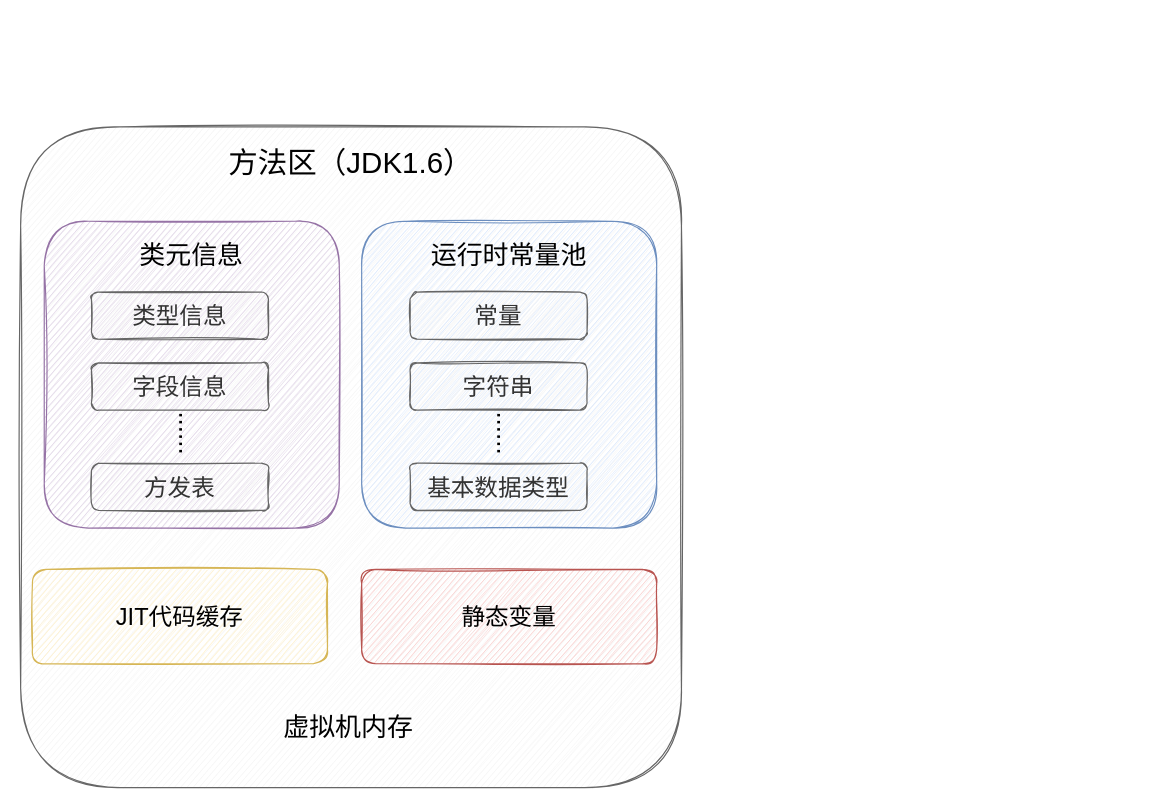
Above: docs/java/jvm/pictures/java内存区域/method-area-jdk1.6.drawio in Snailclimb/JavaGuide (draw.io), before the change. Source tidied: cells renumbered, new cells numbered last; positions are measured from the earlier drawing's top-left corner, leaving out a move shared by most shapes. Both pictures are drawn from the tidied source at 118%, with x=0, y=0 at pixel (20, 126).
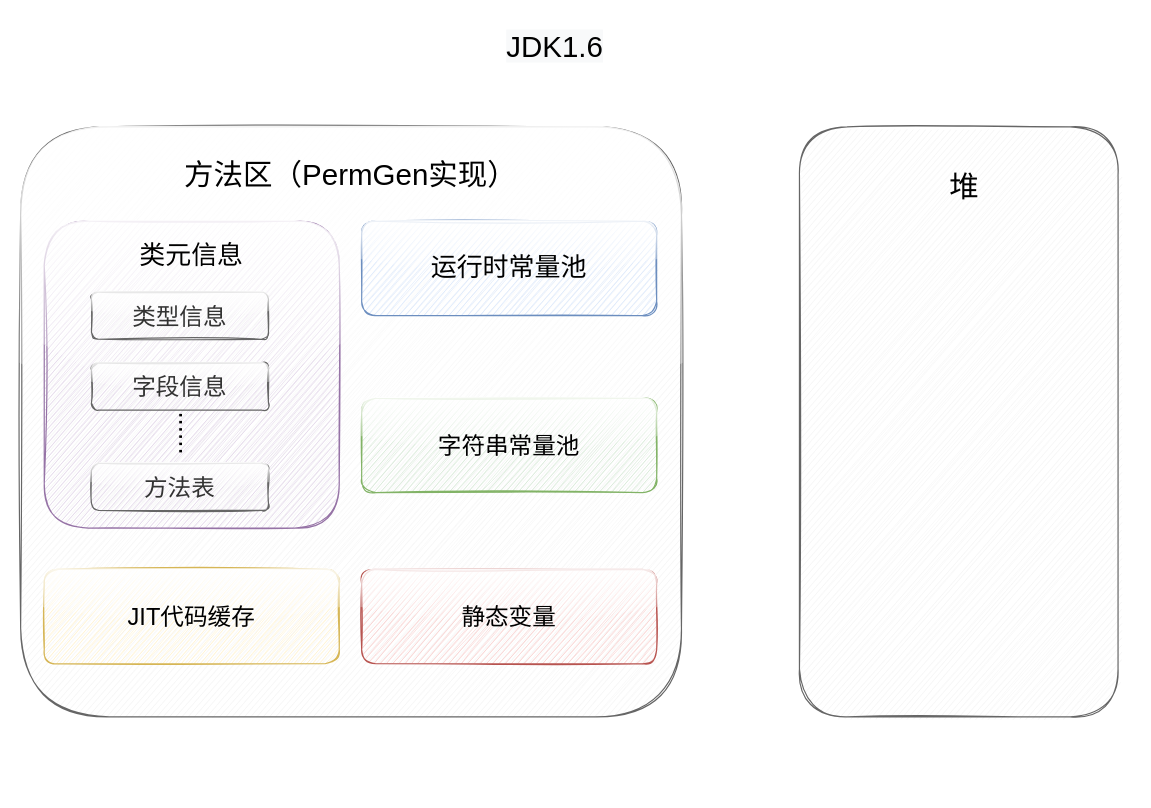
After the change.

Diff of the diagram source:
```diff
@@
 <mxGraphModel>
   <root>
     <mxCell id="0" />
     <mxCell id="1" parent="0" />
-    <mxCell id="2" style="rounded=1;whiteSpace=wrap;html=1;fillColor=#f5f5f5;strokeColor=#666666;sketch=1;fontSize=20;fontColor=#333333;" parent="1" vertex="1">
-      <mxGeometry width="560" height="560" as="geometry" />
+    <mxCell id="2" style="rounded=1;whiteSpace=wrap;html=1;fillColor=#f5f5f5;strokeColor=#666666;sketch=1;fontSize=20;fontColor=#333333;glass=1;shadow=0;" parent="1" vertex="1">
+      <mxGeometry width="560" height="500" as="geometry" />
     </mxCell>
-    <mxCell id="3" value="方法区（JDK1.6）" style="text;html=1;strokeColor=none;fillColor=none;align=center;verticalAlign=middle;whiteSpace=wrap;rounded=0;fontSize=25;" parent="1" vertex="1">
-      <mxGeometry x="140" y="20" width="280" height="20" as="geometry" />
+    <mxCell id="3" style="text;html=1;strokeColor=none;fillColor=none;align=center;verticalAlign=middle;whiteSpace=wrap;rounded=1;fontSize=25;sketch=1;glass=1;shadow=0;" parent="1" vertex="1">
+      <mxGeometry x="140" y="30" width="280" height="20" as="geometry" />
     </mxCell>
-    <mxCell id="4" style="rounded=1;whiteSpace=wrap;html=1;fillColor=#dae8fc;strokeColor=#6c8ebf;sketch=1;fontSize=20;" parent="1" vertex="1">
-      <mxGeometry x="289" y="80" width="250" height="260" as="geometry" />
+    <mxCell id="4" style="rounded=1;whiteSpace=wrap;html=1;fillColor=#dae8fc;strokeColor=#6c8ebf;sketch=1;fontSize=20;glass=1;shadow=0;" parent="1" vertex="1">
+      <mxGeometry x="289" y="80" width="250" height="80" as="geometry" />
     </mxCell>
-    <mxCell id="5" value="运行时常量池" style="text;html=1;strokeColor=none;fillColor=none;align=center;verticalAlign=middle;whiteSpace=wrap;rounded=0;fontSize=22;" parent="1" vertex="1">
-      <mxGeometry x="274" y="100" width="280" height="20" as="geometry" />
+    <mxCell id="5" value="运行时常量池" style="text;html=1;strokeColor=none;fillColor=none;align=center;verticalAlign=middle;whiteSpace=wrap;rounded=1;fontSize=22;sketch=1;glass=1;shadow=0;" parent="1" vertex="1">
+      <mxGeometry x="274" y="110" width="280" height="20" as="geometry" />
     </mxCell>
-    <mxCell id="6" value="静态变量" style="rounded=1;whiteSpace=wrap;html=1;fillColor=#f8cecc;strokeColor=#b85450;sketch=1;fontSize=20;" parent="1" vertex="1">
+    <mxCell id="6" value="静态变量" style="rounded=1;whiteSpace=wrap;html=1;fillColor=#f8cecc;strokeColor=#b85450;sketch=1;fontSize=20;glass=1;shadow=0;" parent="1" vertex="1">
       <mxGeometry x="289" y="375" width="250" height="80" as="geometry" />
     </mxCell>
-    <mxCell id="7" value="JIT代码缓存" style="rounded=1;whiteSpace=wrap;html=1;fillColor=#fff2cc;strokeColor=#d6b656;sketch=1;fontSize=20;" parent="1" vertex="1">
-      <mxGeometry x="10" y="375" width="250" height="80" as="geometry" />
+    <mxCell id="7" value="JIT代码缓存" style="rounded=1;whiteSpace=wrap;html=1;fillColor=#fff2cc;strokeColor=#d6b656;sketch=1;fontSize=20;glass=1;shadow=0;" parent="1" vertex="1">
+      <mxGeometry x="20" y="375" width="250" height="80" as="geometry" />
     </mxCell>
-    <mxCell id="8" style="rounded=1;whiteSpace=wrap;html=1;fillColor=#e1d5e7;strokeColor=#9673a6;sketch=1;fontSize=20;" parent="1" vertex="1">
+    <mxCell id="8" style="rounded=1;whiteSpace=wrap;html=1;fillColor=#e1d5e7;strokeColor=#9673a6;sketch=1;fontSize=20;glass=1;shadow=0;" parent="1" vertex="1">
       <mxGeometry x="20" y="80" width="250" height="260" as="geometry" />
     </mxCell>
-    <mxCell id="9" value="类元信息" style="text;html=1;strokeColor=none;fillColor=none;align=center;verticalAlign=middle;whiteSpace=wrap;rounded=0;fontSize=22;" parent="1" vertex="1">
+    <mxCell id="9" value="类元信息" style="text;html=1;strokeColor=none;fillColor=none;align=center;verticalAlign=middle;whiteSpace=wrap;rounded=1;fontSize=22;sketch=1;glass=1;shadow=0;" parent="1" vertex="1">
       <mxGeometry x="5" y="100" width="280" height="20" as="geometry" />
     </mxCell>
-    <mxCell id="10" value="类型信息" style="rounded=1;whiteSpace=wrap;html=1;fillColor=#f5f5f5;strokeColor=#666666;sketch=1;fontSize=20;fontColor=#333333;" parent="1" vertex="1">
+    <mxCell id="10" value="类型信息" style="rounded=1;whiteSpace=wrap;html=1;fillColor=#f5f5f5;strokeColor=#666666;sketch=1;fontSize=20;fontColor=#333333;glass=1;shadow=0;" parent="1" vertex="1">
       <mxGeometry x="60" y="140" width="150" height="40" as="geometry" />
     </mxCell>
-    <mxCell id="11" value="字段信息" style="rounded=1;whiteSpace=wrap;html=1;fillColor=#f5f5f5;strokeColor=#666666;sketch=1;fontSize=20;fontColor=#333333;" parent="1" vertex="1">
+    <mxCell id="11" value="字段信息" style="rounded=1;whiteSpace=wrap;html=1;fillColor=#f5f5f5;strokeColor=#666666;sketch=1;fontSize=20;fontColor=#333333;glass=1;shadow=0;" parent="1" vertex="1">
       <mxGeometry x="60" y="200" width="150" height="40" as="geometry" />
     </mxCell>
-    <mxCell id="12" value="方发表" style="rounded=1;whiteSpace=wrap;html=1;fillColor=#f5f5f5;strokeColor=#666666;sketch=1;fontSize=20;fontColor=#333333;" parent="1" vertex="1">
+    <mxCell id="12" value="方法表" style="rounded=1;whiteSpace=wrap;html=1;fillColor=#f5f5f5;strokeColor=#666666;sketch=1;fontSize=20;fontColor=#333333;glass=1;shadow=0;" parent="1" vertex="1">
       <mxGeometry x="60" y="285" width="150" height="40" as="geometry" />
     </mxCell>
-    <mxCell id="13" value="......" style="text;html=1;strokeColor=none;fillColor=none;align=center;verticalAlign=middle;whiteSpace=wrap;rounded=0;fontSize=22;horizontal=0;" parent="1" vertex="1">
+    <mxCell id="13" value="......" style="text;html=1;strokeColor=none;fillColor=none;align=center;verticalAlign=middle;whiteSpace=wrap;rounded=1;fontSize=22;horizontal=0;sketch=1;glass=1;shadow=0;" parent="1" vertex="1">
       <mxGeometry x="110" y="250" width="40" height="20" as="geometry" />
     </mxCell>
-    <mxCell id="14" value="常量" style="rounded=1;whiteSpace=wrap;html=1;fillColor=#f5f5f5;strokeColor=#666666;sketch=1;fontSize=20;fontColor=#333333;" parent="1" vertex="1">
-      <mxGeometry x="330" y="140" width="150" height="40" as="geometry" />
-    </mxCell>
-    <mxCell id="15" value="字符串" style="rounded=1;whiteSpace=wrap;html=1;fillColor=#f5f5f5;strokeColor=#666666;sketch=1;fontSize=20;fontColor=#333333;" parent="1" vertex="1">
-      <mxGeometry x="330" y="200" width="150" height="40" as="geometry" />
-    </mxCell>
-    <mxCell id="16" value="基本数据类型" style="rounded=1;whiteSpace=wrap;html=1;fillColor=#f5f5f5;strokeColor=#666666;sketch=1;fontSize=20;fontColor=#333333;" parent="1" vertex="1">
-      <mxGeometry x="330" y="285" width="150" height="40" as="geometry" />
-    </mxCell>
-    <mxCell id="17" value="......" style="text;html=1;strokeColor=none;fillColor=none;align=center;verticalAlign=middle;whiteSpace=wrap;rounded=0;fontSize=22;horizontal=0;" parent="1" vertex="1">
-      <mxGeometry x="380" y="250" width="40" height="20" as="geometry" />
-    </mxCell>
-    <mxCell id="18" value="虚拟机内存" style="text;html=1;strokeColor=none;fillColor=none;align=center;verticalAlign=middle;whiteSpace=wrap;rounded=0;fontSize=22;" parent="1" vertex="1">
-      <mxGeometry x="210" y="500" width="136" height="20" as="geometry" />
-    </mxCell>
+    <mxCell id="19" value="字符串常量池" style="rounded=1;whiteSpace=wrap;html=1;fillColor=#d5e8d4;strokeColor=#82b366;sketch=1;fontSize=20;glass=1;shadow=0;" parent="1" vertex="1">
+      <mxGeometry x="289" y="230" width="250" height="80" as="geometry" />
+    </mxCell>
+    <mxCell id="20" style="rounded=1;whiteSpace=wrap;html=1;fillColor=#f5f5f5;strokeColor=#666666;sketch=1;fontSize=20;fontColor=#333333;" parent="1" vertex="1">
+      <mxGeometry x="660" width="270" height="500" as="geometry" />
+    </mxCell>
+    <mxCell id="21" value="堆" style="text;html=1;strokeColor=none;fillColor=none;align=center;verticalAlign=middle;whiteSpace=wrap;rounded=0;fontSize=25;" parent="1" vertex="1">
+      <mxGeometry x="660" y="40" width="280" height="20" as="geometry" />
+    </mxCell>
+    <mxCell id="22" value="方法区（PermGen实现）" style="text;html=1;strokeColor=none;fillColor=none;align=center;verticalAlign=middle;whiteSpace=wrap;rounded=1;fontSize=25;sketch=1;glass=1;shadow=0;" parent="1" vertex="1">
+      <mxGeometry x="130" y="30" width="300" height="20" as="geometry" />
+    </mxCell>
+    <mxCell id="23" value="&lt;span style=&quot;color: rgb(0 , 0 , 0) ; font-family: &amp;#34;helvetica&amp;#34; ; font-size: 25px ; font-style: normal ; font-weight: 400 ; letter-spacing: normal ; text-align: center ; text-indent: 0px ; text-transform: none ; word-spacing: 0px ; background-color: rgb(248 , 249 , 250) ; display: inline ; float: none&quot;&gt;JDK1.6&lt;/span&gt;" style="text;whiteSpace=wrap;html=1;" parent="1" vertex="1">
+      <mxGeometry x="410" y="-90" width="110" height="30" as="geometry" />
+    </mxCell>
   </root>
 </mxGraphModel>
```
